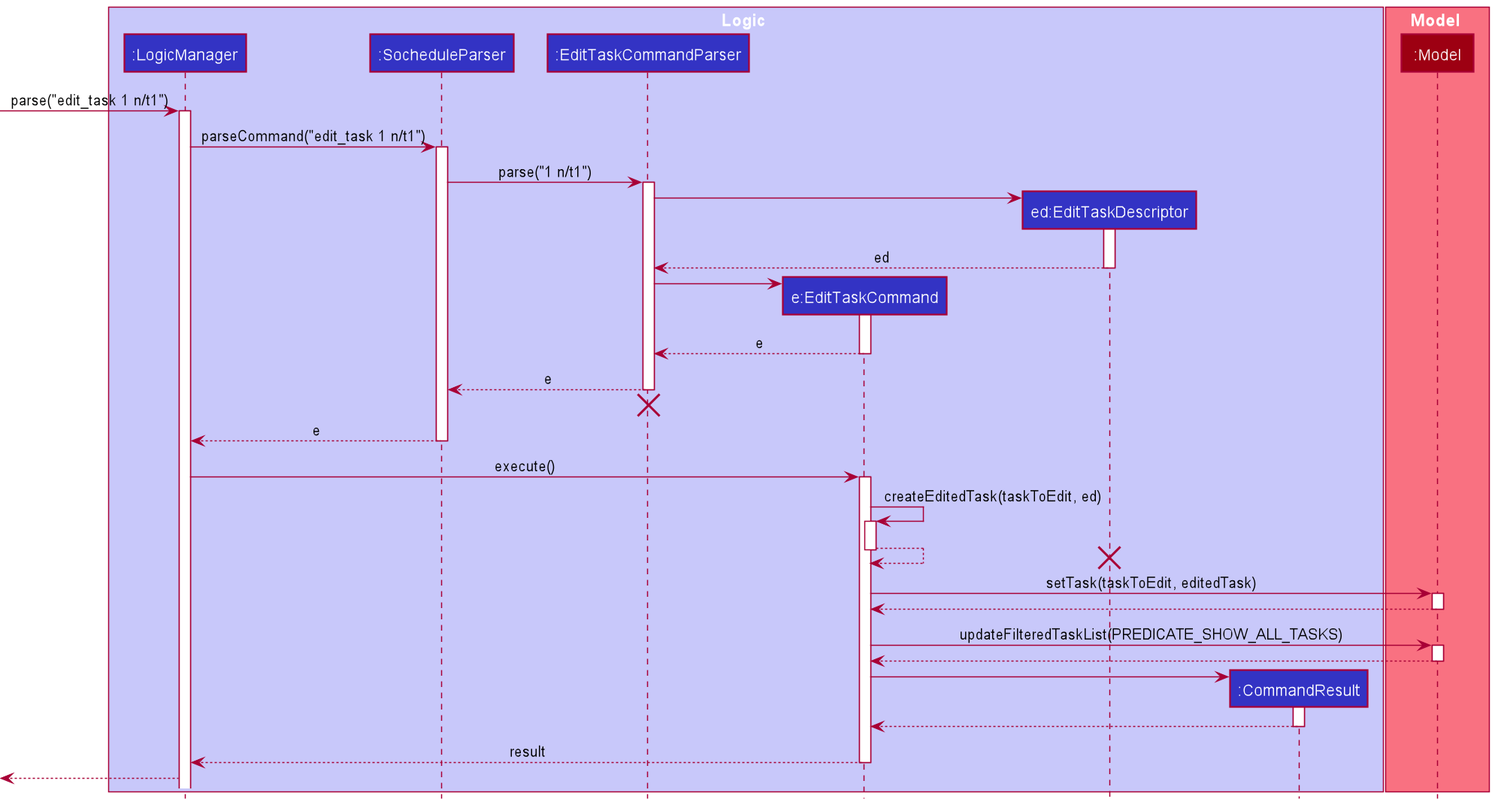
Earlier version of the PlantUML export docs/images/EditTaskCommandSequenceDiagram.png (nus-cs2103-AY2021S2/tp).
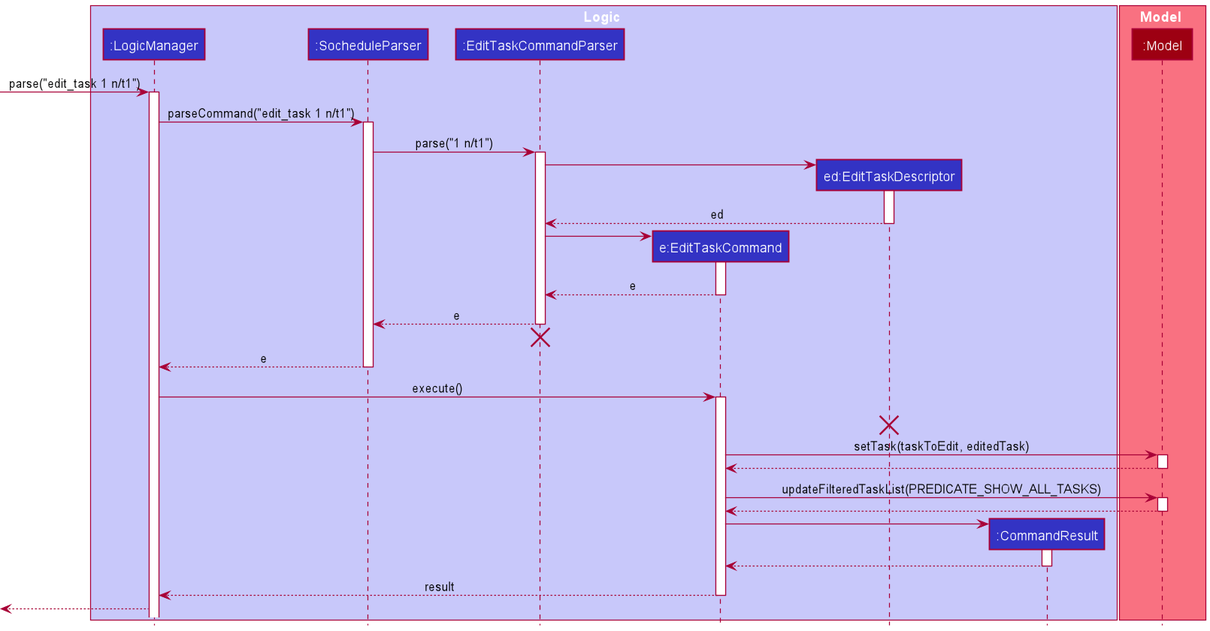
Later version of the same file.

Commit message:
Update sequence diagram for edit_task and activitiy diagram for undone_task

The edit, as a diff of the source:
```diff
@@ -45,11 +45,6 @@
 
 LogicManager -> EditTaskCommand : execute()
 activate EditTaskCommand
-
-EditTaskCommand -> EditTaskCommand : createEditedTask(taskToEdit, ed)
-activate EditTaskCommand
-EditTaskCommand <-- EditTaskCommand
-deactivate EditTaskCommand
 destroy EditTaskDescriptor
 
 EditTaskCommand -> Model : setTask(taskToEdit, editedTask)
```
